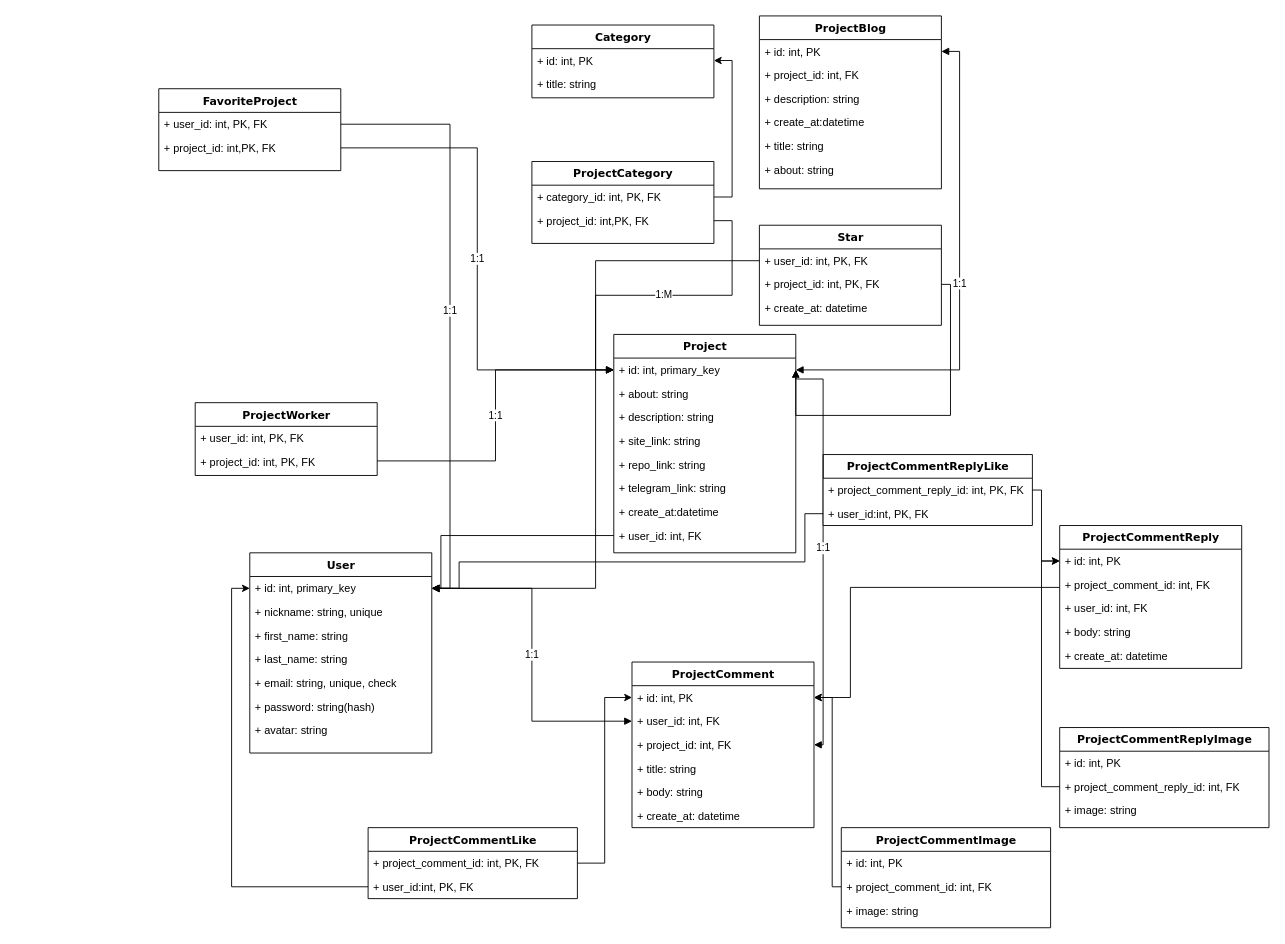
xh4vm/justbegin keeps this draw.io diagram as DB_Schema.drawio. Above is the earlier version. Source tidied: cells renumbered, new cells numbered last; positions are measured from the earlier drawing's top-left corner, leaving out a move shared by most shapes. Both pictures are drawn from the tidied source at 91%, with x=0, y=0 at pixel (158, 15).
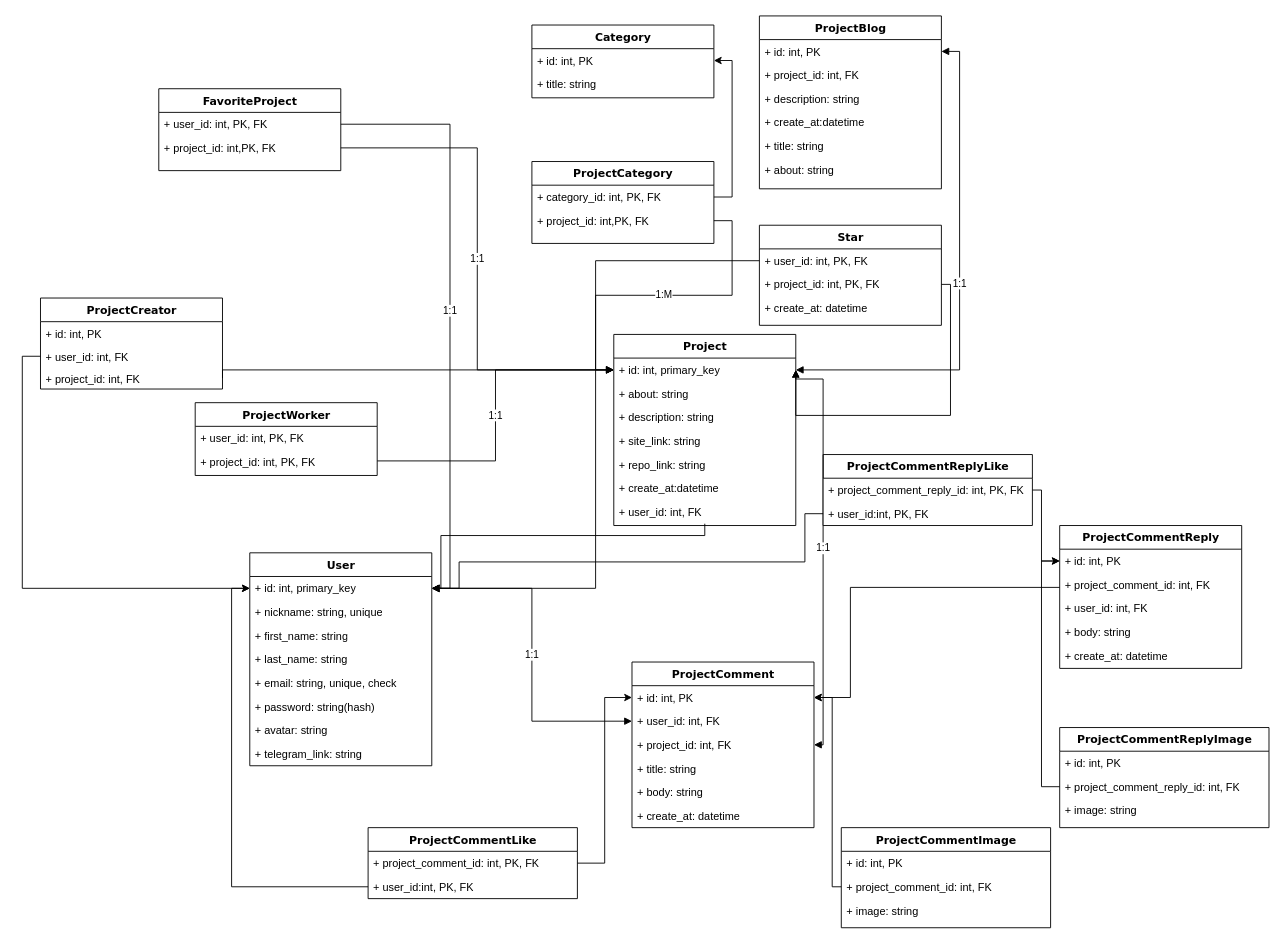
After the change.

Commit message (it also covers changes not shown here):
Структура базы данных

The change refers to these unchanged cells:
```xml
<mxCell id="3" value="+ id: int, primary_key" style="text;html=1;strokeColor=none;fillColor=none;align=left;verticalAlign=top;spacingLeft=4;spacingRight=4;whiteSpace=wrap;overflow=hidden;points=[[0,0.5],[1,0.5]];portConstraint=eastwest;" parent="2" vertex="1">
  <mxGeometry y="26" width="200" height="26" as="geometry" />
</mxCell>
<mxCell id="14" value="+ id: int, primary_key&lt;br&gt;" style="text;html=1;strokeColor=none;fillColor=none;align=left;verticalAlign=top;spacingLeft=4;spacingRight=4;whiteSpace=wrap;overflow=hidden;points=[[0,0.5],[1,0.5]];portConstraint=eastwest;" parent="13" vertex="1">
  <mxGeometry y="26" width="200" height="26" as="geometry" />
</mxCell>
```

What changed in the source:
```diff
@@
     <mxCell id="2" value="User&lt;br&gt;" style="swimlane;html=1;fontStyle=1;align=center;verticalAlign=top;horizontal=1;startSize=26;swimlaneFillColor=#ffffff;rounded=0;shadow=0;comic=0;labelBackgroundColor=none;strokeWidth=1;fillColor=none;fontFamily=Verdana;fontSize=12;" parent="1" vertex="1">
-      <mxGeometry x="100" y="590" width="200" height="220" as="geometry" />
+      <mxGeometry x="100" y="590" width="200" height="234" as="geometry" />
     </mxCell>
@@
+    <mxCell id="19" value="+ telegram_link: string" style="text;html=1;strokeColor=none;fillColor=none;align=left;verticalAlign=top;spacingLeft=4;spacingRight=4;whiteSpace=wrap;overflow=hidden;" parent="2" vertex="1">
+      <mxGeometry y="208" width="200" height="26" as="geometry" />
+    </mxCell>
@@
     <mxCell id="13" value="Project" style="swimlane;html=1;fontStyle=1;align=center;verticalAlign=top;horizontal=1;startSize=26;swimlaneFillColor=#ffffff;rounded=0;shadow=0;comic=0;labelBackgroundColor=none;strokeWidth=1;fillColor=none;fontFamily=Verdana;fontSize=12;" parent="1" vertex="1">
-      <mxGeometry x="500" y="350" width="200" height="240" as="geometry" />
+      <mxGeometry x="500" y="350" width="200" height="210" as="geometry" />
     </mxCell>
@@
-    <mxCell id="19" value="+ telegram_link: string" style="text;html=1;strokeColor=none;fillColor=none;align=left;verticalAlign=top;spacingLeft=4;spacingRight=4;whiteSpace=wrap;overflow=hidden;" parent="13" vertex="1">
-      <mxGeometry y="156" width="200" height="26" as="geometry" />
-    </mxCell>
     <mxCell id="20" value="+ create_at:datetime" style="text;html=1;strokeColor=none;fillColor=none;align=left;verticalAlign=top;spacingLeft=4;spacingRight=4;whiteSpace=wrap;overflow=hidden;" parent="13" vertex="1">
-      <mxGeometry y="182" width="200" height="26" as="geometry" />
+      <mxGeometry y="156" width="200" height="26" as="geometry" />
     </mxCell>
     <mxCell id="21" value="+ user_id: int, FK" style="text;html=1;strokeColor=none;fillColor=none;align=left;verticalAlign=top;spacingLeft=4;spacingRight=4;whiteSpace=wrap;overflow=hidden;points=[[0,0.5],[1,0.5]];portConstraint=eastwest;" parent="13" vertex="1">
-      <mxGeometry y="208" width="200" height="26" as="geometry" />
+      <mxGeometry y="182" width="200" height="26" as="geometry" />
     </mxCell>
@@
+    <mxCell id="87" value="ProjectCreator" style="swimlane;html=1;fontStyle=1;align=center;verticalAlign=top;horizontal=1;startSize=26;swimlaneFillColor=#ffffff;rounded=0;shadow=0;comic=0;labelBackgroundColor=none;strokeWidth=1;fillColor=none;fontFamily=Verdana;fontSize=12;" parent="1" vertex="1">
+      <mxGeometry x="-130" y="310" width="200" height="100" as="geometry" />
+    </mxCell>
+    <mxCell id="88" value="&lt;div&gt;+ id: int, PK &lt;/div&gt;" style="text;html=1;strokeColor=none;fillColor=none;align=left;verticalAlign=top;spacingLeft=4;spacingRight=4;whiteSpace=wrap;overflow=hidden;" parent="87" vertex="1">
+      <mxGeometry y="26" width="200" height="26" as="geometry" />
+    </mxCell>
+    <mxCell id="89" value="&lt;div&gt;+ user_id: int, FK&lt;/div&gt;" style="text;html=1;strokeColor=none;fillColor=none;align=left;verticalAlign=top;spacingLeft=4;spacingRight=4;whiteSpace=wrap;overflow=hidden;points=[[0,0.5],[1,0.5]];portConstraint=eastwest;" parent="87" vertex="1">
+      <mxGeometry y="52" width="200" height="24" as="geometry" />
+    </mxCell>
+    <mxCell id="90" value="+ project_id: int,  FK" style="text;html=1;strokeColor=none;fillColor=none;align=left;verticalAlign=top;spacingLeft=4;spacingRight=4;whiteSpace=wrap;overflow=hidden;points=[[0,0.5],[1,0.5]];portConstraint=eastwest;" parent="87" vertex="1">
+      <mxGeometry y="76" width="200" height="24" as="geometry" />
+    </mxCell>
+    <mxCell id="91" style="edgeStyle=orthogonalEdgeStyle;rounded=0;jettySize=auto;html=1;entryX=0;entryY=0.5;entryDx=0;entryDy=0;exitX=0;exitY=0.5;exitDx=0;exitDy=0;" parent="1" edge="1" source="89" target="3">
+      <mxGeometry relative="1" as="geometry" />
+    </mxCell>
+    <mxCell id="92" style="edgeStyle=orthogonalEdgeStyle;rounded=0;jettySize=auto;html=1;exitX=1;exitY=0.5;exitDx=0;exitDy=0;" parent="1" edge="1" source="90" target="14">
+      <mxGeometry relative="1" as="geometry">
+        <Array as="points">
+          <mxPoint x="70" y="389" />
+        </Array>
+      </mxGeometry>
+    </mxCell>
```
